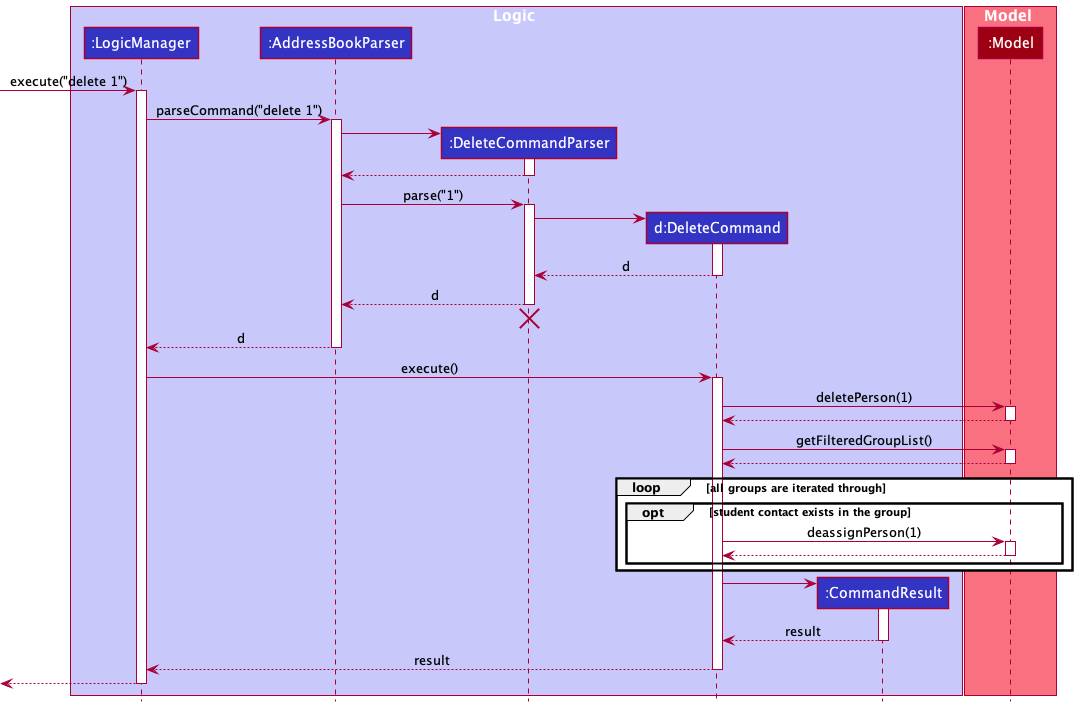
Earlier version of the PlantUML export docs/images/DeleteUpdatedSequenceDiagram.png (nus-cs2103-AY2122S2/tp). The source it was exported from:
```plantuml
@startuml
!include style.puml

box Logic LOGIC_COLOR_T1
participant ":LogicManager" as LogicManager LOGIC_COLOR
participant ":AddressBookParser" as AddressBookParser LOGIC_COLOR
participant ":DeleteCommandParser" as DeleteCommandParser LOGIC_COLOR
participant "d:DeleteCommand" as DeleteCommand LOGIC_COLOR
participant ":CommandResult" as CommandResult LOGIC_COLOR
end box

box Model MODEL_COLOR_T1
participant ":Model" as Model MODEL_COLOR
end box

[-> LogicManager : execute("delete 1")
activate LogicManager

LogicManager -> AddressBookParser : parseCommand("delete 1")
activate AddressBookParser

create DeleteCommandParser
AddressBookParser -> DeleteCommandParser
activate DeleteCommandParser

DeleteCommandParser --> AddressBookParser
deactivate DeleteCommandParser

AddressBookParser -> DeleteCommandParser : parse("1")
activate DeleteCommandParser

create DeleteCommand
DeleteCommandParser -> DeleteCommand
activate DeleteCommand

DeleteCommand --> DeleteCommandParser : d
deactivate DeleteCommand

DeleteCommandParser --> AddressBookParser : d
deactivate DeleteCommandParser
DeleteCommandParser -[hidden]-> AddressBookParser
destroy DeleteCommandParser

AddressBookParser --> LogicManager : d
deactivate AddressBookParser

LogicManager -> DeleteCommand : execute()
activate DeleteCommand

DeleteCommand -> Model : deletePerson(1)
activate Model

Model --> DeleteCommand
deactivate Model

DeleteCommand -> Model : getFilteredGroupList()
activate Model

Model --> DeleteCommand
deactivate Model

loop all groups are iterated through

opt student contact exists in the group

DeleteCommand -> Model : deassignPerson(1)
activate Model

Model --> DeleteCommand
deactivate Model

end

end

create CommandResult
DeleteCommand -> CommandResult
activate CommandResult

CommandResult --> DeleteCommand : result
deactivate CommandResult

DeleteCommand --> LogicManager : result
deactivate DeleteCommand

[<--LogicManager
deactivate LogicManager
@enduml
```
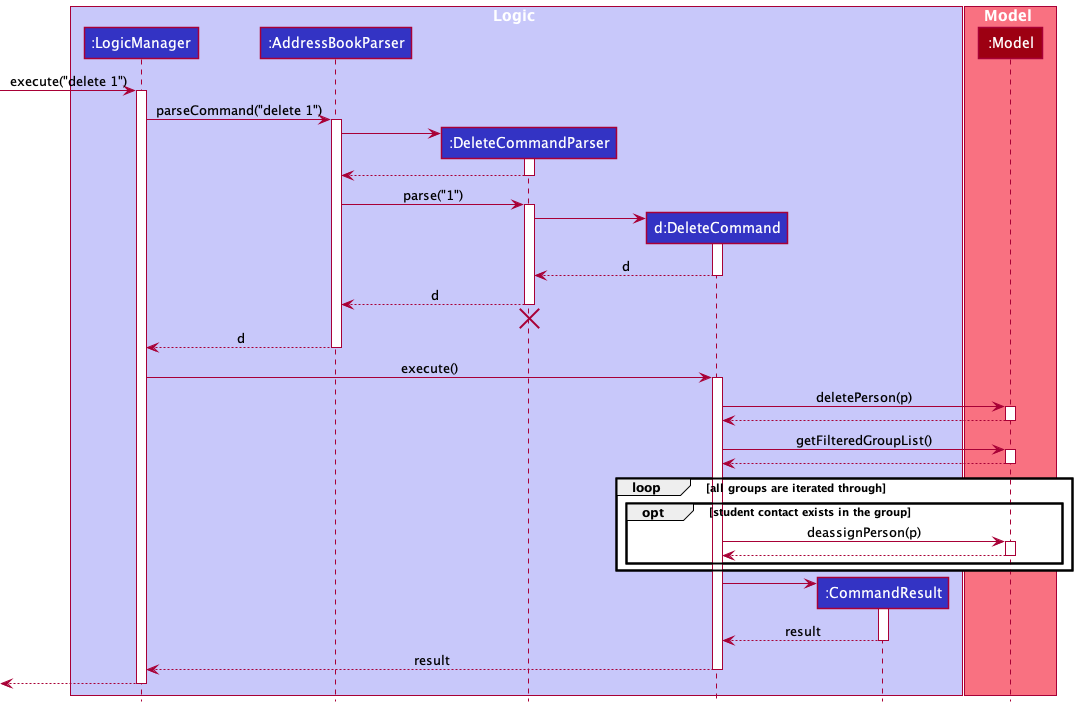
The same diagram one commit later.

Diff of the diagram source:
```diff
@@ -47,7 +47,7 @@
 LogicManager -> DeleteCommand : execute()
 activate DeleteCommand
 
-DeleteCommand -> Model : deletePerson(1)
+DeleteCommand -> Model : deletePerson(p)
 activate Model
 
 Model --> DeleteCommand
@@ -63,7 +63,7 @@
 
 opt student contact exists in the group
 
-DeleteCommand -> Model : deassignPerson(1)
+DeleteCommand -> Model : deassignPerson(p)
 activate Model
 
 Model --> DeleteCommand
```
